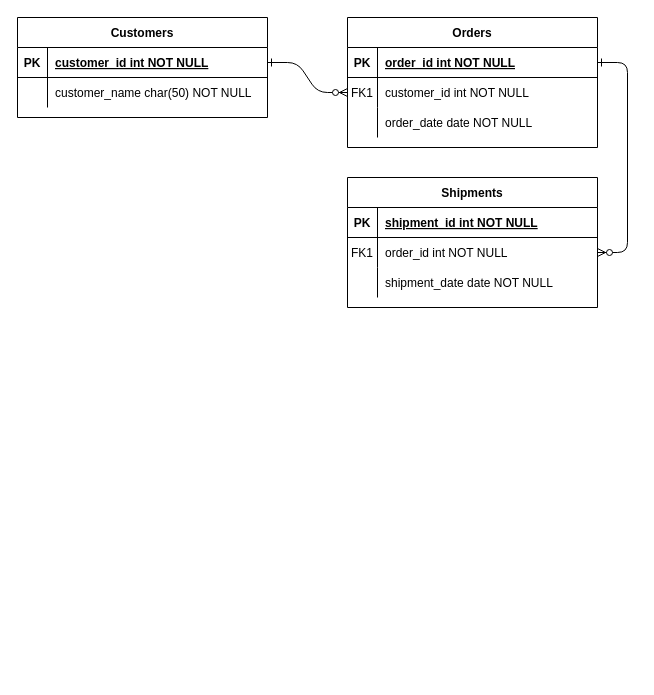
Before: 未命名绘图.drawio in Umbrellalalala/Hello-World, a draw.io diagram. Source tidied: cells renumbered, new cells numbered last; positions are measured from the earlier drawing's top-left corner, leaving out a move shared by most shapes. Both pictures are drawn from the tidied source at 100%, with x=0, y=0 at pixel (17, 17).
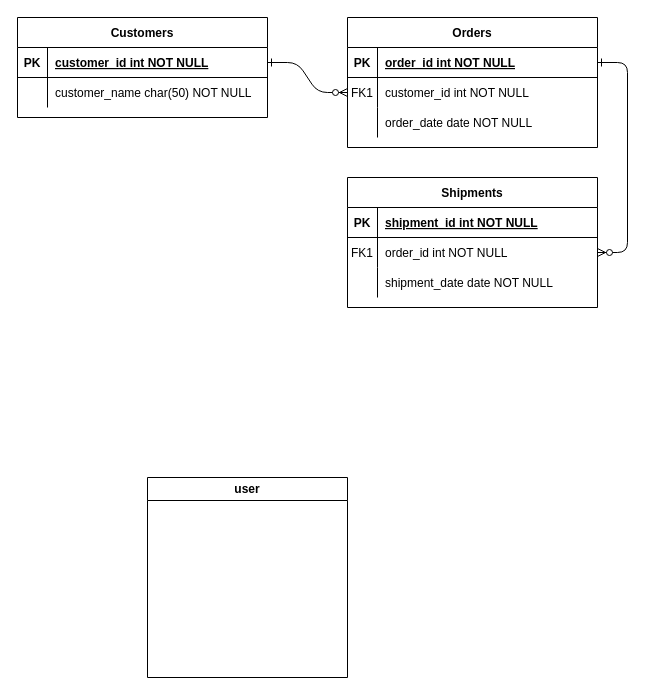
Above is the later version.

Commit message (it also covers changes not shown here):
更新未命名绘图.drawio

Diff of the diagram source:
```diff
@@
+    <mxCell id="31" value="user" style="swimlane;whiteSpace=wrap;html=1;" parent="1" vertex="1">
+      <mxGeometry x="130" y="460" width="200" height="200" as="geometry" />
+    </mxCell>
```
